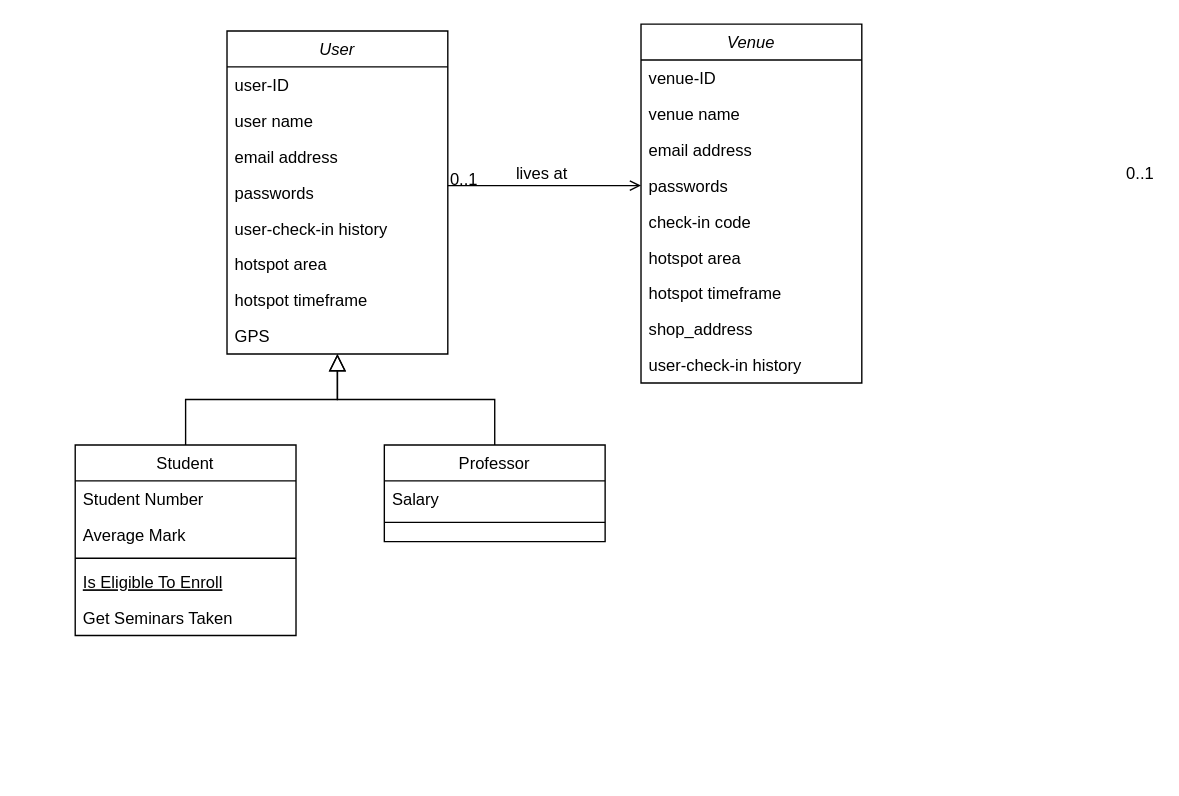
Ziqi222/name.c keeps this draw.io diagram as Project_database.drawio. Above is the earlier version. Source tidied: cells renumbered, new cells numbered last; positions are measured from the earlier drawing's top-left corner, leaving out a move shared by most shapes. Both pictures are drawn from the tidied source at 138%, with x=0, y=0 at pixel (75, 23).
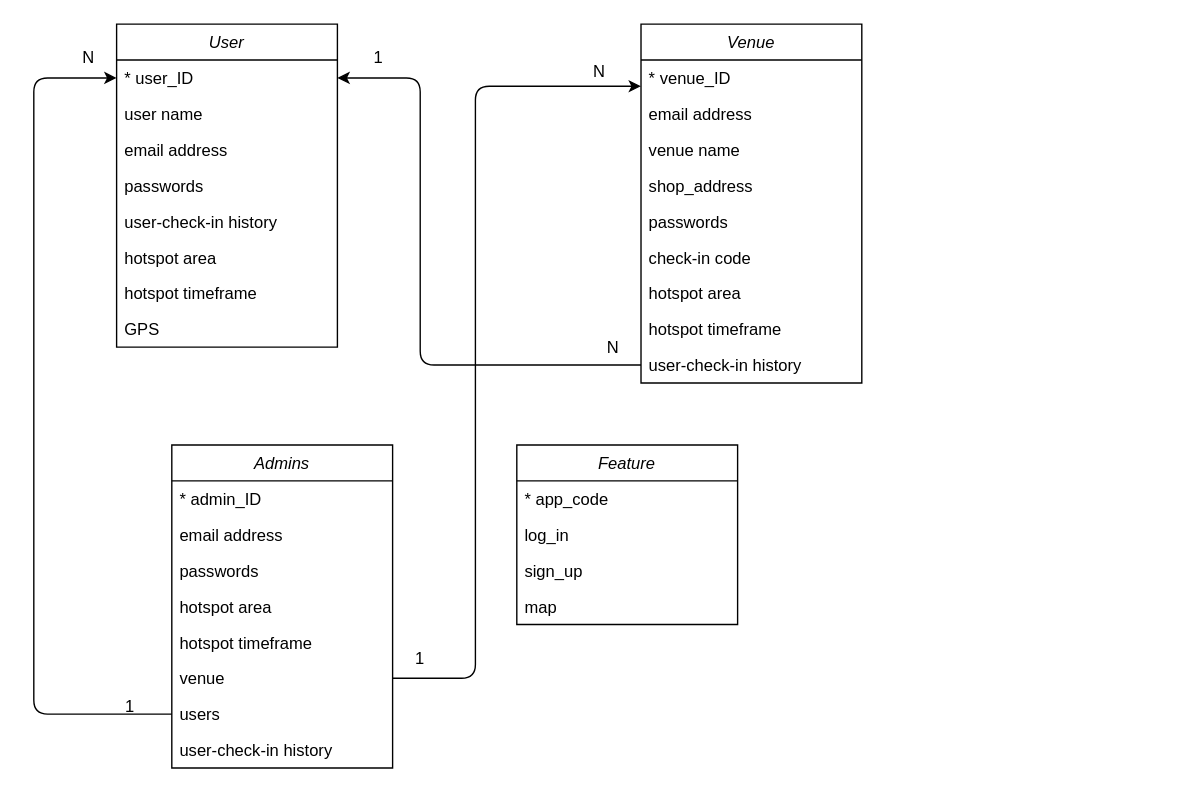
After the change.

Unchanged cells that the change refers to:
```xml
<mxCell id="25" value="Venue" style="swimlane;fontStyle=2;align=center;verticalAlign=top;horizontal=1;startSize=26;rounded=0;shadow=0;strokeWidth=1;" parent="1" vertex="1">
  <mxGeometry x="410" width="160" height="260" as="geometry" />
</mxCell>
<mxCell id="34" value="user-check-in history" style="text;align=left;verticalAlign=top;spacingLeft=4;spacingRight=4;overflow=hidden;points=[[0,0.5],[1,0.5]];portConstraint=eastwest;rounded=0;shadow=0;html=0;" parent="25" vertex="1">
  <mxGeometry y="234" width="160" height="26" as="geometry" />
</mxCell>
```

Change to the diagram source:
```diff
@@
     <mxCell id="2" value="User" style="swimlane;fontStyle=2;align=center;verticalAlign=top;horizontal=1;startSize=26;rounded=0;shadow=0;strokeWidth=1;" parent="1" vertex="1">
-      <mxGeometry x="110" y="5" width="160" height="234" as="geometry" />
+      <mxGeometry x="30" width="160" height="234" as="geometry" />
     </mxCell>
-    <mxCell id="3" value="user-ID" style="text;align=left;verticalAlign=top;spacingLeft=4;spacingRight=4;overflow=hidden;points=[[0,0.5],[1,0.5]];portConstraint=eastwest;" parent="2" vertex="1">
+    <mxCell id="3" value="* user_ID" style="text;align=left;verticalAlign=top;spacingLeft=4;spacingRight=4;overflow=hidden;points=[[0,0.5],[1,0.5]];portConstraint=eastwest;" parent="2" vertex="1">
       <mxGeometry y="26" width="160" height="26" as="geometry" />
     </mxCell>
@@
-    <mxCell id="11" value="Student" style="swimlane;fontStyle=0;align=center;verticalAlign=top;horizontal=1;startSize=26;rounded=0;shadow=0;strokeWidth=1;" parent="1" vertex="1">
-      <mxGeometry y="305" width="160" height="138" as="geometry" />
-    </mxCell>
-    <mxCell id="12" value="Student Number" style="text;align=left;verticalAlign=top;spacingLeft=4;spacingRight=4;overflow=hidden;" parent="11" vertex="1">
-      <mxGeometry y="26" width="160" height="26" as="geometry" />
-    </mxCell>
-    <mxCell id="13" value="Average Mark" style="text;align=left;verticalAlign=top;spacingLeft=4;spacingRight=4;overflow=hidden;rounded=0;shadow=0;html=0;" parent="11" vertex="1">
-      <mxGeometry y="52" width="160" height="26" as="geometry" />
-    </mxCell>
-    <mxCell id="14" style="line;html=1;strokeWidth=1;align=left;verticalAlign=middle;spacingTop=-1;spacingLeft=3;spacingRight=3;labelPosition=right;" parent="11" vertex="1">
-      <mxGeometry y="78" width="160" height="8" as="geometry" />
-    </mxCell>
-    <mxCell id="15" value="Is Eligible To Enroll" style="text;align=left;verticalAlign=top;spacingLeft=4;spacingRight=4;overflow=hidden;fontStyle=4;" parent="11" vertex="1">
-      <mxGeometry y="86" width="160" height="26" as="geometry" />
-    </mxCell>
-    <mxCell id="16" value="Get Seminars Taken" style="text;align=left;verticalAlign=top;spacingLeft=4;spacingRight=4;overflow=hidden;" parent="11" vertex="1">
-      <mxGeometry y="112" width="160" height="26" as="geometry" />
-    </mxCell>
-    <mxCell id="17" style="endArrow=block;endSize=10;endFill=0;shadow=0;strokeWidth=1;rounded=0;edgeStyle=elbowEdgeStyle;elbow=vertical;" parent="1" edge="1" source="11" target="2">
-      <mxGeometry relative="1" as="geometry" />
-    </mxCell>
-    <mxCell id="18" value="Professor" style="swimlane;fontStyle=0;align=center;verticalAlign=top;horizontal=1;startSize=26;rounded=0;shadow=0;strokeWidth=1;" parent="1" vertex="1">
-      <mxGeometry x="224" y="305" width="160" height="70" as="geometry" />
-    </mxCell>
-    <mxCell id="19" value="Salary" style="text;align=left;verticalAlign=top;spacingLeft=4;spacingRight=4;overflow=hidden;" parent="18" vertex="1">
-      <mxGeometry y="26" width="160" height="26" as="geometry" />
-    </mxCell>
-    <mxCell id="20" style="line;html=1;strokeWidth=1;align=left;verticalAlign=middle;spacingTop=-1;spacingLeft=3;spacingRight=3;labelPosition=right;" parent="18" vertex="1">
-      <mxGeometry y="52" width="160" height="8" as="geometry" />
-    </mxCell>
-    <mxCell id="21" style="endArrow=block;endSize=10;endFill=0;shadow=0;strokeWidth=1;rounded=0;edgeStyle=elbowEdgeStyle;elbow=vertical;" parent="1" edge="1" source="18" target="2">
-      <mxGeometry relative="1" as="geometry" />
-    </mxCell>
-    <mxCell id="22" style="endArrow=open;shadow=0;strokeWidth=1;rounded=0;endFill=1;edgeStyle=elbowEdgeStyle;elbow=vertical;entryX=0;entryY=0.5;entryDx=0;entryDy=0;" parent="1" edge="1" source="2" target="29">
-      <mxGeometry x="0.5" y="41" relative="1" as="geometry">
-        <mxPoint x="-40" y="32" as="offset" />
-      </mxGeometry>
-    </mxCell>
-    <mxCell id="23" value="0..1" style="align=left;verticalAlign=bottom;labelBackgroundColor=none;fontSize=12;" parent="22" vertex="1">
-      <mxGeometry x="-1" relative="1" as="geometry">
-        <mxPoint y="4" as="offset" />
-      </mxGeometry>
-    </mxCell>
-    <mxCell id="24" value="lives at" style="text;html=1;align=center;verticalAlign=middle;labelBackgroundColor=none;rounded=0;shadow=0;strokeWidth=1;fontSize=12;" parent="22" vertex="1">
-      <mxGeometry x="0.5" y="49" relative="1" as="geometry">
-        <mxPoint x="-38" y="40" as="offset" />
-      </mxGeometry>
-    </mxCell>
@@
-    <mxCell id="26" value="venue-ID" style="text;align=left;verticalAlign=top;spacingLeft=4;spacingRight=4;overflow=hidden;" parent="25" vertex="1">
+    <mxCell id="26" value="* venue_ID" style="text;align=left;verticalAlign=top;spacingLeft=4;spacingRight=4;overflow=hidden;" parent="25" vertex="1">
       <mxGeometry y="26" width="160" height="26" as="geometry" />
     </mxCell>
+    <mxCell id="28" value="email address" style="text;align=left;verticalAlign=top;spacingLeft=4;spacingRight=4;overflow=hidden;rounded=0;shadow=0;html=0;" parent="25" vertex="1">
+      <mxGeometry y="52" width="160" height="26" as="geometry" />
+    </mxCell>
     <mxCell id="27" value="venue name" style="text;align=left;verticalAlign=top;spacingLeft=4;spacingRight=4;overflow=hidden;rounded=0;shadow=0;html=0;" parent="25" vertex="1">
-      <mxGeometry y="52" width="160" height="26" as="geometry" />
+      <mxGeometry y="78" width="160" height="26" as="geometry" />
     </mxCell>
-    <mxCell id="28" value="email address" style="text;align=left;verticalAlign=top;spacingLeft=4;spacingRight=4;overflow=hidden;rounded=0;shadow=0;html=0;" parent="25" vertex="1">
-      <mxGeometry y="78" width="160" height="26" as="geometry" />
-    </mxCell>
+    <mxCell id="33" value="shop_address" style="text;align=left;verticalAlign=top;spacingLeft=4;spacingRight=4;overflow=hidden;rounded=0;shadow=0;html=0;" parent="25" vertex="1">
+      <mxGeometry y="104" width="160" height="26" as="geometry" />
+    </mxCell>
     <mxCell id="29" value="passwords" style="text;align=left;verticalAlign=top;spacingLeft=4;spacingRight=4;overflow=hidden;points=[[0,0.5],[1,0.5]];portConstraint=eastwest;rounded=0;shadow=0;html=0;" parent="25" vertex="1">
-      <mxGeometry y="104" width="160" height="26" as="geometry" />
+      <mxGeometry y="130" width="160" height="26" as="geometry" />
     </mxCell>
     <mxCell id="30" value="check-in code" style="text;align=left;verticalAlign=top;spacingLeft=4;spacingRight=4;overflow=hidden;rounded=0;shadow=0;html=0;" parent="25" vertex="1">
-      <mxGeometry y="130" width="160" height="26" as="geometry" />
+      <mxGeometry y="156" width="160" height="26" as="geometry" />
     </mxCell>
     <mxCell id="31" value="hotspot area" style="text;align=left;verticalAlign=top;spacingLeft=4;spacingRight=4;overflow=hidden;rounded=0;shadow=0;html=0;" parent="25" vertex="1">
-      <mxGeometry y="156" width="160" height="26" as="geometry" />
+      <mxGeometry y="182" width="160" height="26" as="geometry" />
     </mxCell>
     <mxCell id="32" value="hotspot timeframe" style="text;align=left;verticalAlign=top;spacingLeft=4;spacingRight=4;overflow=hidden;rounded=0;shadow=0;html=0;" parent="25" vertex="1">
-      <mxGeometry y="182" width="160" height="26" as="geometry" />
+      <mxGeometry y="208" width="160" height="26" as="geometry" />
     </mxCell>
-    <mxCell id="33" value="shop_address" style="text;align=left;verticalAlign=top;spacingLeft=4;spacingRight=4;overflow=hidden;rounded=0;shadow=0;html=0;" parent="25" vertex="1">
-      <mxGeometry y="208" width="160" height="26" as="geometry" />
-    </mxCell>
@@
-    <mxCell id="35" value="0..1" style="align=left;verticalAlign=bottom;labelBackgroundColor=none;fontSize=12;" parent="1" vertex="1">
-      <mxGeometry x="760" y="117" as="geometry" />
-    </mxCell>
+    <mxCell id="36" value="Feature" style="swimlane;fontStyle=2;align=center;verticalAlign=top;horizontal=1;startSize=26;rounded=0;shadow=0;strokeWidth=1;" parent="1" vertex="1">
+      <mxGeometry x="320" y="305" width="160" height="130" as="geometry" />
+    </mxCell>
+    <mxCell id="37" value="* app_code" style="text;align=left;verticalAlign=top;spacingLeft=4;spacingRight=4;overflow=hidden;" parent="36" vertex="1">
+      <mxGeometry y="26" width="160" height="26" as="geometry" />
+    </mxCell>
+    <mxCell id="38" value="log_in" style="text;align=left;verticalAlign=top;spacingLeft=4;spacingRight=4;overflow=hidden;rounded=0;shadow=0;html=0;" parent="36" vertex="1">
+      <mxGeometry y="52" width="160" height="26" as="geometry" />
+    </mxCell>
+    <mxCell id="39" value="sign_up" style="text;align=left;verticalAlign=top;spacingLeft=4;spacingRight=4;overflow=hidden;rounded=0;shadow=0;html=0;" parent="36" vertex="1">
+      <mxGeometry y="78" width="160" height="26" as="geometry" />
+    </mxCell>
+    <mxCell id="40" value="map" style="text;align=left;verticalAlign=top;spacingLeft=4;spacingRight=4;overflow=hidden;rounded=0;shadow=0;html=0;" parent="36" vertex="1">
+      <mxGeometry y="104" width="160" height="26" as="geometry" />
+    </mxCell>
+    <mxCell id="41" value="Admins" style="swimlane;fontStyle=2;align=center;verticalAlign=top;horizontal=1;startSize=26;rounded=0;shadow=0;strokeWidth=1;" parent="1" vertex="1">
+      <mxGeometry x="70" y="305" width="160" height="234" as="geometry" />
+    </mxCell>
+    <mxCell id="42" value="* admin_ID" style="text;align=left;verticalAlign=top;spacingLeft=4;spacingRight=4;overflow=hidden;" parent="41" vertex="1">
+      <mxGeometry y="26" width="160" height="26" as="geometry" />
+    </mxCell>
+    <mxCell id="43" value="email address" style="text;align=left;verticalAlign=top;spacingLeft=4;spacingRight=4;overflow=hidden;rounded=0;shadow=0;html=0;" parent="41" vertex="1">
+      <mxGeometry y="52" width="160" height="26" as="geometry" />
+    </mxCell>
+    <mxCell id="44" value="passwords" style="text;align=left;verticalAlign=top;spacingLeft=4;spacingRight=4;overflow=hidden;rounded=0;shadow=0;html=0;" parent="41" vertex="1">
+      <mxGeometry y="78" width="160" height="26" as="geometry" />
+    </mxCell>
+    <mxCell id="45" value="hotspot area" style="text;align=left;verticalAlign=top;spacingLeft=4;spacingRight=4;overflow=hidden;rounded=0;shadow=0;html=0;" parent="41" vertex="1">
+      <mxGeometry y="104" width="160" height="26" as="geometry" />
+    </mxCell>
+    <mxCell id="46" value="hotspot timeframe" style="text;align=left;verticalAlign=top;spacingLeft=4;spacingRight=4;overflow=hidden;rounded=0;shadow=0;html=0;" parent="41" vertex="1">
+      <mxGeometry y="130" width="160" height="26" as="geometry" />
+    </mxCell>
+    <mxCell id="47" value="venue" style="text;align=left;verticalAlign=top;spacingLeft=4;spacingRight=4;overflow=hidden;points=[[0,0.5],[1,0.5]];portConstraint=eastwest;rounded=0;shadow=0;html=0;" parent="41" vertex="1">
+      <mxGeometry y="156" width="160" height="26" as="geometry" />
+    </mxCell>
+    <mxCell id="48" value="users" style="text;align=left;verticalAlign=top;spacingLeft=4;spacingRight=4;overflow=hidden;points=[[0,0.5],[1,0.5]];portConstraint=eastwest;rounded=0;shadow=0;html=0;" parent="41" vertex="1">
+      <mxGeometry y="182" width="160" height="26" as="geometry" />
+    </mxCell>
+    <mxCell id="49" value="user-check-in history" style="text;align=left;verticalAlign=top;spacingLeft=4;spacingRight=4;overflow=hidden;rounded=0;shadow=0;html=0;" parent="41" vertex="1">
+      <mxGeometry y="208" width="160" height="26" as="geometry" />
+    </mxCell>
+    <mxCell id="50" style="endArrow=classic;html=1;exitX=1;exitY=0.5;exitDx=0;exitDy=0;" parent="1" edge="1" source="47">
+      <mxGeometry relative="1" as="geometry">
+        <mxPoint x="410" y="45" as="targetPoint" />
+        <Array as="points">
+          <mxPoint x="290" y="474" />
+          <mxPoint x="290" y="45" />
+        </Array>
+      </mxGeometry>
+    </mxCell>
+    <mxCell id="51" value="1" style="text;html=1;strokeColor=none;fillColor=none;align=center;verticalAlign=middle;whiteSpace=wrap;rounded=0;" parent="1" vertex="1">
+      <mxGeometry x="230" y="449.5" width="40" height="20" as="geometry" />
+    </mxCell>
+    <mxCell id="52" value="N" style="text;html=1;strokeColor=none;fillColor=none;align=center;verticalAlign=middle;whiteSpace=wrap;rounded=0;" parent="1" vertex="1">
+      <mxGeometry x="360" y="25" width="40" height="20" as="geometry" />
+    </mxCell>
+    <mxCell id="53" style="endArrow=classic;html=1;entryX=0;entryY=0.5;entryDx=0;entryDy=0;exitX=0;exitY=0.5;exitDx=0;exitDy=0;" parent="1" edge="1" source="48" target="3">
+      <mxGeometry relative="1" as="geometry">
+        <Array as="points">
+          <mxPoint x="-30" y="500" />
+          <mxPoint x="-30" y="39" />
+        </Array>
+      </mxGeometry>
+    </mxCell>
+    <mxCell id="54" value="1" style="text;html=1;strokeColor=none;fillColor=none;align=center;verticalAlign=middle;whiteSpace=wrap;rounded=0;" parent="1" vertex="1">
+      <mxGeometry x="20" y="485" width="40" height="20" as="geometry" />
+    </mxCell>
+    <mxCell id="55" value="N" style="text;html=1;strokeColor=none;fillColor=none;align=center;verticalAlign=middle;whiteSpace=wrap;rounded=0;" parent="1" vertex="1">
+      <mxGeometry x="-10" y="15" width="40" height="20" as="geometry" />
+    </mxCell>
+    <mxCell id="56" style="endArrow=classic;html=1;exitX=0;exitY=0.5;exitDx=0;exitDy=0;entryX=1;entryY=0.5;entryDx=0;entryDy=0;" parent="1" edge="1" source="34" target="3">
+      <mxGeometry relative="1" as="geometry">
+        <Array as="points">
+          <mxPoint x="250" y="247" />
+          <mxPoint x="250" y="39" />
+        </Array>
+      </mxGeometry>
+    </mxCell>
+    <mxCell id="57" value="1" style="text;html=1;strokeColor=none;fillColor=none;align=center;verticalAlign=middle;whiteSpace=wrap;rounded=0;" parent="1" vertex="1">
+      <mxGeometry x="200" y="15" width="40" height="20" as="geometry" />
+    </mxCell>
+    <mxCell id="58" value="N" style="text;html=1;strokeColor=none;fillColor=none;align=center;verticalAlign=middle;whiteSpace=wrap;rounded=0;" parent="1" vertex="1">
+      <mxGeometry x="370" y="225" width="40" height="20" as="geometry" />
+    </mxCell>
```
